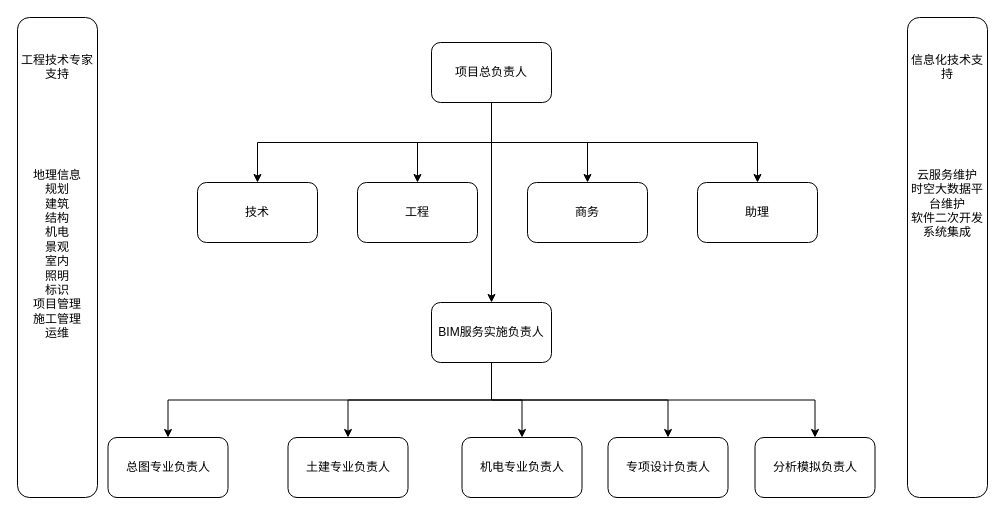
Above: BIM实施人员组织.drawio in gaochaowyq/MinderGraph (draw.io), before the change. Source tidied: cells renumbered, new cells numbered last; positions are measured from the earlier drawing's top-left corner, leaving out a move shared by most shapes. Both pictures are drawn from the tidied source at 100%, with x=0, y=0 at pixel (17, 17).
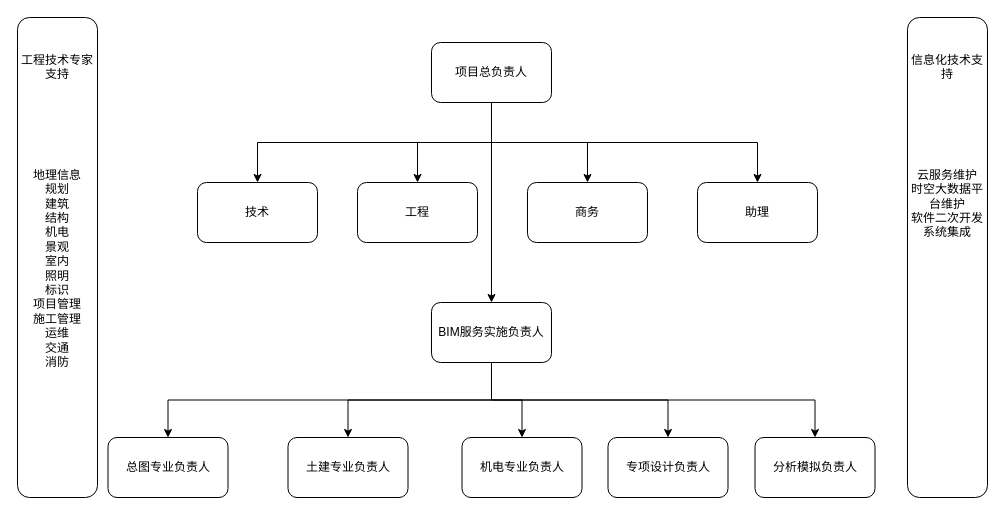
The same page after the edit.

Commit message (it also covers changes not shown here):
Update BIM实施人员组织.drawio

What changed in the source:
```diff
@@
-    <mxCell id="23" value="&lt;br&gt;&lt;br&gt;工程技术专家支持&lt;br&gt;&lt;br&gt;&lt;br&gt;&lt;br&gt;&lt;br&gt;&lt;br&gt;&lt;br&gt;地理信息&lt;br&gt;规划&lt;br&gt;建筑&lt;br&gt;结构&lt;br&gt;机电&lt;br&gt;景观&lt;br&gt;室内&lt;br&gt;照明&lt;br&gt;标识&lt;br&gt;项目管理&lt;br&gt;施工管理&lt;br&gt;运维" style="rounded=1;whiteSpace=wrap;html=1;verticalAlign=top;" parent="1" vertex="1">
+    <mxCell id="23" value="&lt;br&gt;&lt;br&gt;工程技术专家支持&lt;br&gt;&lt;br&gt;&lt;br&gt;&lt;br&gt;&lt;br&gt;&lt;br&gt;&lt;br&gt;地理信息&lt;br&gt;规划&lt;br&gt;建筑&lt;br&gt;结构&lt;br&gt;机电&lt;br&gt;景观&lt;br&gt;室内&lt;br&gt;照明&lt;br&gt;标识&lt;br&gt;项目管理&lt;br&gt;施工管理&lt;br&gt;运维&lt;br&gt;交通&lt;br&gt;消防" style="rounded=1;whiteSpace=wrap;html=1;verticalAlign=top;" parent="1" vertex="1">
       <mxGeometry width="80" height="480" as="geometry" />
     </mxCell>
```
